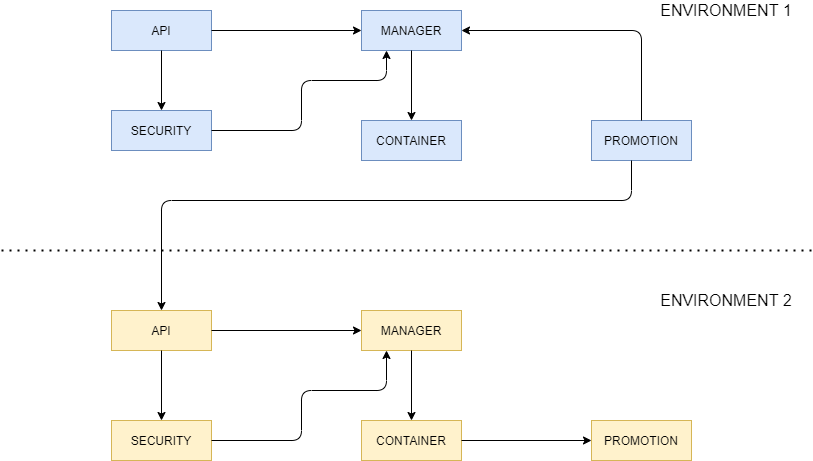
The draw.io diagram resources/img/service_register.png in p2key/p2key-service-register, before a commit. Source tidied: cells renumbered, new cells last; positions are measured from the earlier drawing's top-left corner, leaving out a move shared by most shapes.
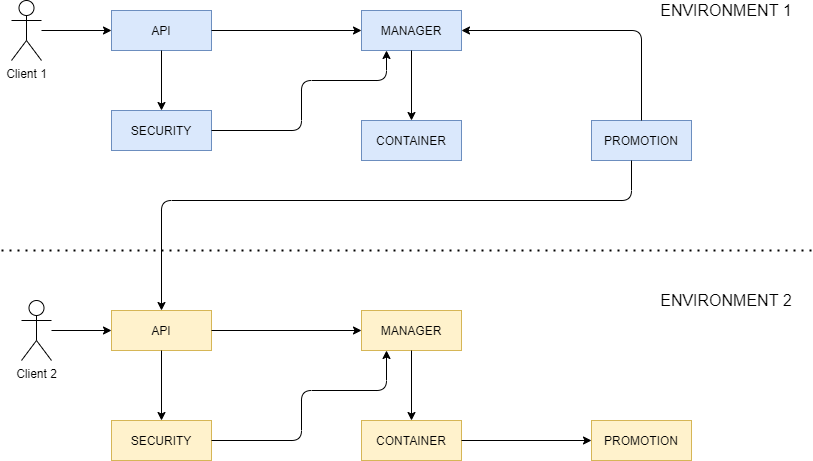
The same file after the commit.

Commit message:
added clients to component diagram

The edit, as a diff of the source:
```diff
@@ -99,5 +99,17 @@
         </Array>
       </mxGeometry>
     </mxCell>
+    <mxCell id="26" value="Client 1" style="shape=umlActor;verticalLabelPosition=bottom;verticalAlign=top;html=1;outlineConnect=0;" parent="1" vertex="1">
+      <mxGeometry x="10" width="30" height="60" as="geometry" />
+    </mxCell>
+    <mxCell id="27" value="Client 2" style="shape=umlActor;verticalLabelPosition=bottom;verticalAlign=top;html=1;outlineConnect=0;" parent="1" vertex="1">
+      <mxGeometry x="20" y="300" width="30" height="60" as="geometry" />
+    </mxCell>
+    <mxCell id="28" style="endArrow=classic;html=1;entryX=0;entryY=0.5;entryDx=0;entryDy=0;" parent="1" edge="1" source="26" target="2">
+      <mxGeometry relative="1" as="geometry" />
+    </mxCell>
+    <mxCell id="29" style="endArrow=classic;html=1;entryX=0;entryY=0.5;entryDx=0;entryDy=0;" parent="1" edge="1" source="27" target="8">
+      <mxGeometry relative="1" as="geometry" />
+    </mxCell>
   </root>
 </mxGraphModel>
```
